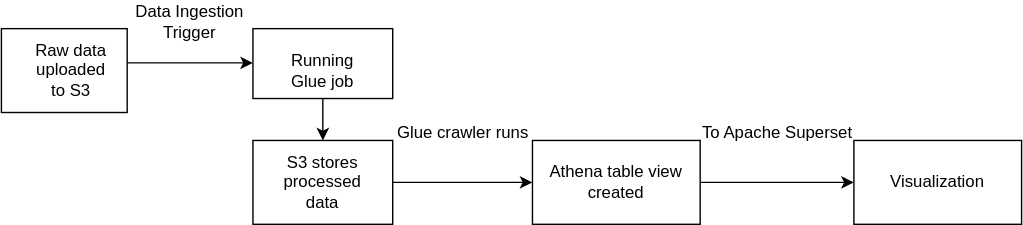
This is images/Setup.svg from sonajojo7/EatFoodWise, a draw.io export, as it was before one commit. Source tidied: cells renumbered, new cells last; positions are measured from the earlier drawing's top-left corner, leaving out a move shared by most shapes.
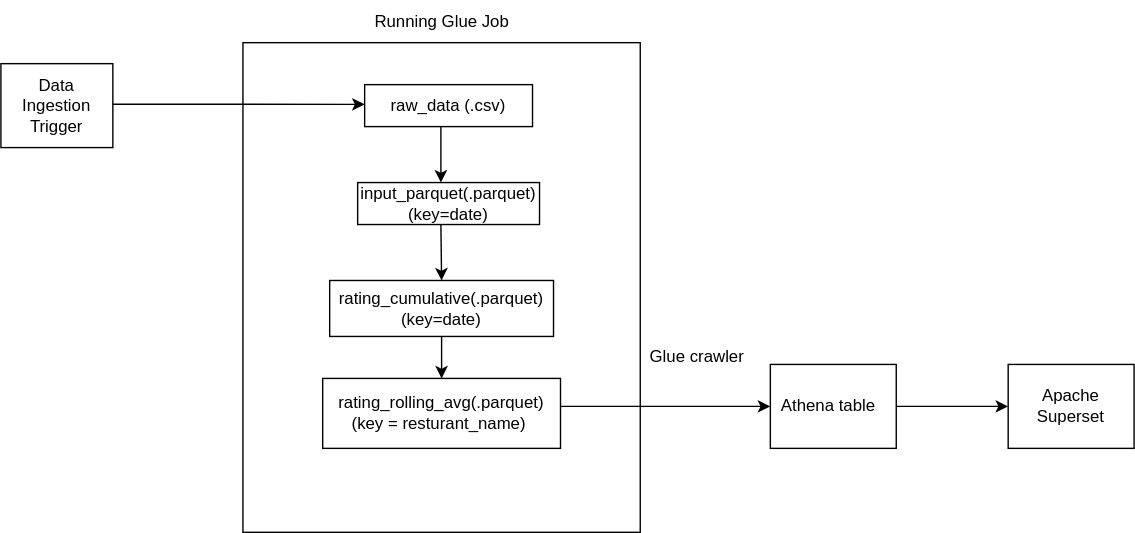
Later version of the same file.

Commit message:
Including the data generators

Diff of the diagram source:
```diff
@@ -3,54 +3,70 @@
     <mxCell id="0" />
     <mxCell id="1" parent="0" />
     <mxCell id="2" style="rounded=0;whiteSpace=wrap;html=1;" parent="1" vertex="1">
-      <mxGeometry y="20" width="90" height="60" as="geometry" />
+      <mxGeometry x="-80" y="185" width="80" height="60" as="geometry" />
     </mxCell>
-    <mxCell id="3" value="Raw data uploaded to S3" style="text;strokeColor=none;align=center;fillColor=none;html=1;verticalAlign=middle;whiteSpace=wrap;rounded=0;" parent="1" vertex="1">
-      <mxGeometry x="20" y="35" width="60" height="30" as="geometry" />
+    <mxCell id="3" value="Data Ingestion Trigger" style="text;strokeColor=none;align=center;fillColor=none;html=1;verticalAlign=middle;whiteSpace=wrap;rounded=0;" parent="1" vertex="1">
+      <mxGeometry x="-70" y="200" width="60" height="30" as="geometry" />
     </mxCell>
-    <mxCell id="4" style="rounded=0;whiteSpace=wrap;html=1;" parent="1" vertex="1">
-      <mxGeometry x="180" y="20" width="100" height="50" as="geometry" />
-    </mxCell>
-    <mxCell id="5" value="Running Glue job" style="text;strokeColor=none;align=center;fillColor=none;html=1;verticalAlign=middle;whiteSpace=wrap;rounded=0;" parent="1" vertex="1">
-      <mxGeometry x="200" y="35" width="60" height="30" as="geometry" />
-    </mxCell>
-    <mxCell id="6" style="endArrow=classic;html=1;rounded=0;exitX=0.5;exitY=1;exitDx=0;exitDy=0;" parent="1" edge="1" source="4" target="7">
-      <mxGeometry relative="1" as="geometry" />
-    </mxCell>
-    <mxCell id="7" style="rounded=0;whiteSpace=wrap;html=1;" parent="1" vertex="1">
-      <mxGeometry x="180" y="100" width="100" height="60" as="geometry" />
-    </mxCell>
-    <mxCell id="8" value="S3 stores processed data" style="text;strokeColor=none;align=center;fillColor=none;html=1;verticalAlign=middle;whiteSpace=wrap;rounded=0;" parent="1" vertex="1">
-      <mxGeometry x="200" y="115" width="60" height="30" as="geometry" />
-    </mxCell>
-    <mxCell id="9" value="Data Ingestion Trigger" style="text;strokeColor=none;align=center;fillColor=none;html=1;verticalAlign=middle;whiteSpace=wrap;rounded=0;" parent="1" vertex="1">
-      <mxGeometry x="90" width="90" height="30" as="geometry" />
-    </mxCell>
-    <mxCell id="10" value="Glue crawler runs" style="text;html=1;align=center;verticalAlign=middle;strokeColor=none;fillColor=none;" parent="1" vertex="1">
-      <mxGeometry x="270" y="80" width="120" height="30" as="geometry" />
+    <mxCell id="10" value="Glue crawler&amp;nbsp;" style="text;html=1;align=center;verticalAlign=middle;strokeColor=none;fillColor=none;" parent="1" vertex="1">
+      <mxGeometry x="374" y="380" width="90" height="30" as="geometry" />
     </mxCell>
-    <mxCell id="11" value="To Apache Superset" style="text;html=1;align=center;verticalAlign=middle;strokeColor=none;fillColor=none;" parent="1" vertex="1">
-      <mxGeometry x="490" y="80" width="130" height="30" as="geometry" />
-    </mxCell>
-    <mxCell id="12" value="Visualization" style="rounded=0;whiteSpace=wrap;html=1;" parent="1" vertex="1">
-      <mxGeometry x="610" y="100" width="120" height="60" as="geometry" />
+    <mxCell id="12" value="Apache Superset" style="rounded=0;whiteSpace=wrap;html=1;" parent="1" vertex="1">
+      <mxGeometry x="640" y="400" width="90" height="60" as="geometry" />
     </mxCell>
+    <mxCell id="14" value="Athena table&amp;nbsp;&amp;nbsp;" style="rounded=0;whiteSpace=wrap;html=1;" parent="1" vertex="1">
+      <mxGeometry x="470" y="400" width="90" height="60" as="geometry" />
+    </mxCell>
+    <mxCell id="16" style="endArrow=classic;html=1;rounded=0;entryX=0;entryY=0.5;entryDx=0;entryDy=0;exitX=1;exitY=0.5;exitDx=0;exitDy=0;" parent="1" edge="1" source="14" target="12">
+      <mxGeometry relative="1" as="geometry" />
+    </mxCell>
+    <mxCell id="17" style="rounded=0;whiteSpace=wrap;html=1;direction=south;" parent="1" vertex="1">
+      <mxGeometry x="93" y="170" width="284" height="350" as="geometry" />
+    </mxCell>
+    <mxCell id="18" value="raw_data (.csv)" style="rounded=0;whiteSpace=wrap;html=1;" parent="1" vertex="1">
+      <mxGeometry x="180" y="200" width="120" height="30" as="geometry" />
+    </mxCell>
+    <mxCell id="19" style="endArrow=classic;html=1;rounded=0;entryX=0.5;entryY=0;entryDx=0;entryDy=0;" parent="1" edge="1" target="25">
+      <mxGeometry relative="1" as="geometry">
+        <mxPoint x="234.5" y="300" as="sourcePoint" />
+      </mxGeometry>
+    </mxCell>
+    <mxCell id="20" style="endArrow=classic;html=1;rounded=0;entryX=0.5;entryY=0;entryDx=0;entryDy=0;" parent="1" edge="1" source="25" target="22">
+      <mxGeometry relative="1" as="geometry" />
+    </mxCell>
+    <mxCell id="21" value="input_parquet(.parquet)&lt;br&gt;(key=date)" style="rounded=0;whiteSpace=wrap;html=1;" parent="1" vertex="1">
+      <mxGeometry x="175" y="270" width="130" height="30" as="geometry" />
+    </mxCell>
+    <mxCell id="22" value="rating_rolling_avg(.parquet)&lt;br&gt;(key = resturant_name)&amp;nbsp;" style="rounded=0;whiteSpace=wrap;html=1;" parent="1" vertex="1">
+      <mxGeometry x="150" y="410" width="170" height="50" as="geometry" />
+    </mxCell>
+    <mxCell id="23" style="endArrow=classic;html=1;rounded=0;" parent="1" edge="1">
+      <mxGeometry relative="1" as="geometry">
+        <mxPoint x="234.5" y="230" as="sourcePoint" />
+        <mxPoint x="234.5" y="270" as="targetPoint" />
+      </mxGeometry>
+    </mxCell>
+    <mxCell id="24" style="endArrow=classic;html=1;rounded=0;entryX=0.5;entryY=0;entryDx=0;entryDy=0;" parent="1" edge="1" target="25">
+      <mxGeometry relative="1" as="geometry">
+        <mxPoint x="234.5" y="360" as="sourcePoint" />
+      </mxGeometry>
+    </mxCell>
+    <mxCell id="25" value="rating_cumulative(.parquet)&lt;br&gt;(key=date)" style="rounded=0;whiteSpace=wrap;html=1;" parent="1" vertex="1">
+      <mxGeometry x="155" y="340" width="160" height="40" as="geometry" />
+    </mxCell>
+    <mxCell id="26" value="Running Glue Job" style="text;html=1;align=center;verticalAlign=middle;strokeColor=none;fillColor=none;" parent="1" vertex="1">
+      <mxGeometry x="175" y="140" width="120" height="30" as="geometry" />
+    </mxCell>
-    <mxCell id="13" style="endArrow=classic;html=1;rounded=0;" parent="1" edge="1">
+    <mxCell id="13" style="endArrow=classic;html=1;rounded=0;entryX=0.126;entryY=0.683;entryDx=0;entryDy=0;entryPerimeter=0;" parent="1" edge="1">
       <mxGeometry relative="1" as="geometry">
-        <mxPoint x="90" y="44.5" as="sourcePoint" />
-        <mxPoint x="180" y="44.5" as="targetPoint" />
+        <mxPoint y="214" as="sourcePoint" />
+        <mxPoint x="180" y="214.1" as="targetPoint" />
       </mxGeometry>
     </mxCell>
-    <mxCell id="14" value="Athena table view created" style="rounded=0;whiteSpace=wrap;html=1;" parent="1" vertex="1">
-      <mxGeometry x="380" y="100" width="120" height="60" as="geometry" />
-    </mxCell>
     <mxCell id="15" style="endArrow=classic;html=1;rounded=0;" parent="1" edge="1" target="14">
       <mxGeometry relative="1" as="geometry">
-        <mxPoint x="280" y="130" as="sourcePoint" />
+        <mxPoint x="320" y="430" as="sourcePoint" />
       </mxGeometry>
     </mxCell>
-    <mxCell id="16" style="endArrow=classic;html=1;rounded=0;entryX=0;entryY=0.5;entryDx=0;entryDy=0;exitX=1;exitY=0.5;exitDx=0;exitDy=0;" parent="1" edge="1" source="14" target="12">
-      <mxGeometry relative="1" as="geometry" />
-    </mxCell>
   </root>
 </mxGraphModel>
```
